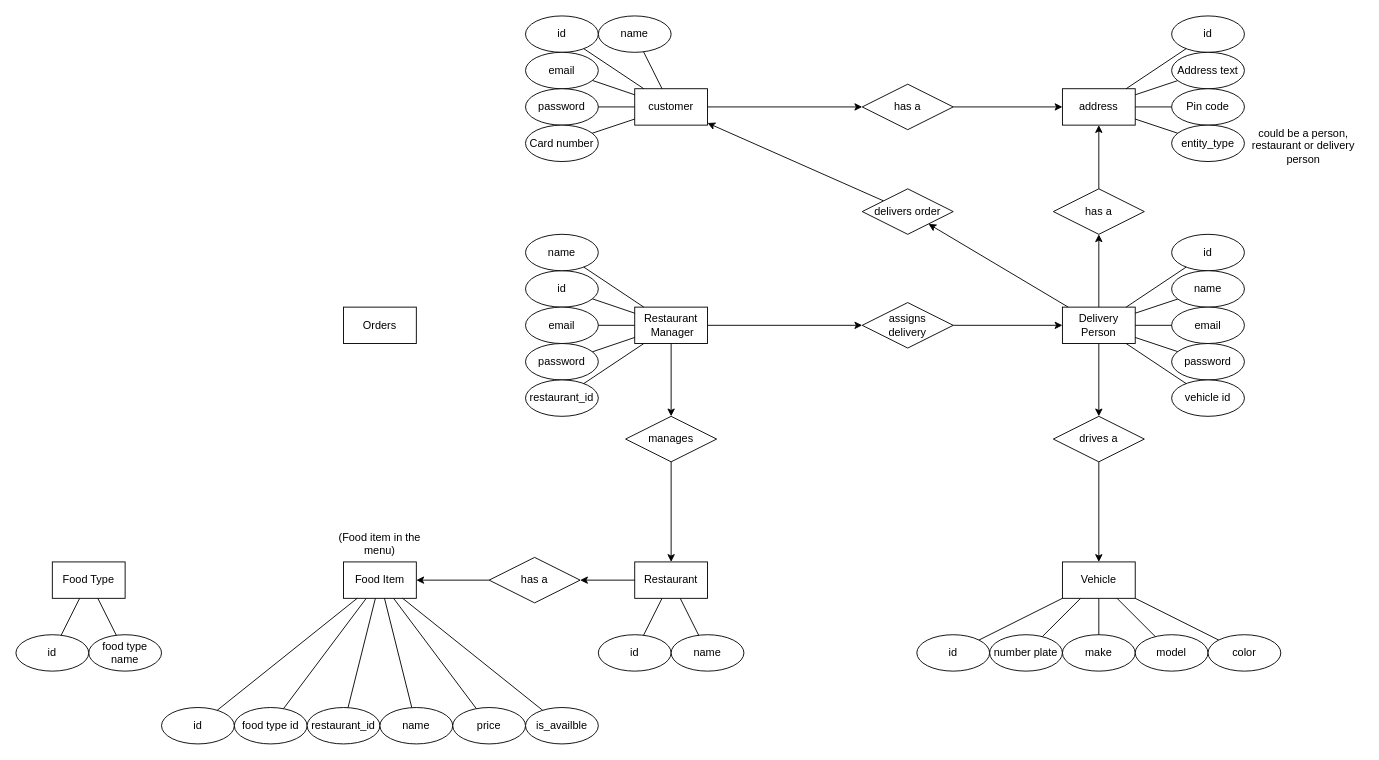
Earlier version of the draw.io diagram diagrams/ER/ER diagram.drawio (callofthewild/hunger-buzz). Source tidied: cells renumbered, new cells numbered last; positions are measured from the earlier drawing's top-left corner, leaving out a move shared by most shapes. Both pictures are drawn from the tidied source at 91%, with x=0, y=0 at pixel (15, 15).
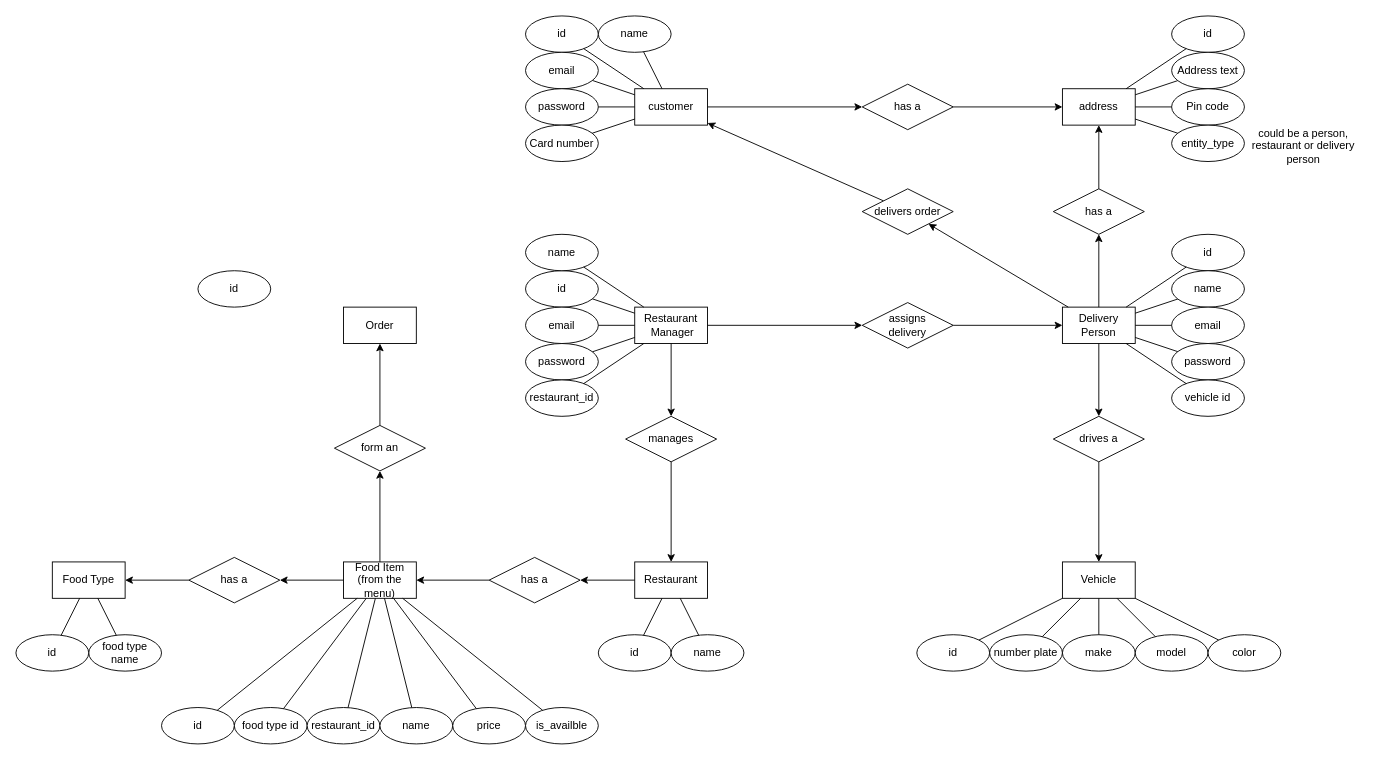
After the change.

The change refers to these unchanged cells:
```xml
<mxCell id="85" value="Food Type" style="rounded=0;whiteSpace=wrap;html=1;" parent="1" vertex="1">
  <mxGeometry x="40" y="600" width="80" height="40" as="geometry" />
</mxCell>
```

The edit, as a diff of the source:
```diff
@@
-    <mxCell id="58" value="Food Item" style="rounded=0;whiteSpace=wrap;html=1;" parent="1" vertex="1">
+    <mxCell id="58" value="Food Item (from the menu)" style="rounded=0;whiteSpace=wrap;html=1;" parent="1" vertex="1">
       <mxGeometry x="360" y="600" width="80" height="40" as="geometry" />
     </mxCell>
-    <mxCell id="59" value="Orders" style="rounded=0;whiteSpace=wrap;html=1;" parent="1" vertex="1">
+    <mxCell id="59" value="Order" style="rounded=0;whiteSpace=wrap;html=1;" parent="1" vertex="1">
       <mxGeometry x="360" y="320" width="80" height="40" as="geometry" />
     </mxCell>
@@
-    <mxCell id="92" value="(Food item in the menu)" style="text;html=1;strokeColor=none;fillColor=none;align=center;verticalAlign=middle;whiteSpace=wrap;rounded=0;" parent="1" vertex="1">
-      <mxGeometry x="350" y="565" width="100" height="30" as="geometry" />
-    </mxCell>
@@
+    <mxCell id="102" style="endArrow=none;html=1;rounded=0;startArrow=classic;startFill=1;" parent="1" edge="1" source="85" target="103">
+      <mxGeometry relative="1" as="geometry" />
+    </mxCell>
+    <mxCell id="103" value="has a" style="shape=rhombus;perimeter=rhombusPerimeter;whiteSpace=wrap;html=1;align=center;" parent="1" vertex="1">
+      <mxGeometry x="190" y="595" width="100" height="50" as="geometry" />
+    </mxCell>
+    <mxCell id="104" style="endArrow=none;html=1;rounded=0;startArrow=classic;startFill=1;" parent="1" edge="1" source="103" target="58">
+      <mxGeometry relative="1" as="geometry" />
+    </mxCell>
+    <mxCell id="105" style="endArrow=none;html=1;rounded=0;startArrow=classic;startFill=1;" parent="1" edge="1" source="59" target="106">
+      <mxGeometry relative="1" as="geometry" />
+    </mxCell>
+    <mxCell id="106" value="form an" style="shape=rhombus;perimeter=rhombusPerimeter;whiteSpace=wrap;html=1;align=center;" parent="1" vertex="1">
+      <mxGeometry x="350" y="450" width="100" height="50" as="geometry" />
+    </mxCell>
+    <mxCell id="107" style="endArrow=none;html=1;rounded=0;startArrow=classic;startFill=1;" parent="1" edge="1" source="106" target="58">
+      <mxGeometry relative="1" as="geometry" />
+    </mxCell>
+    <mxCell id="108" value="id" style="ellipse;whiteSpace=wrap;html=1;" parent="1" vertex="1">
+      <mxGeometry x="200" y="280" width="80" height="40" as="geometry" />
+    </mxCell>
```
